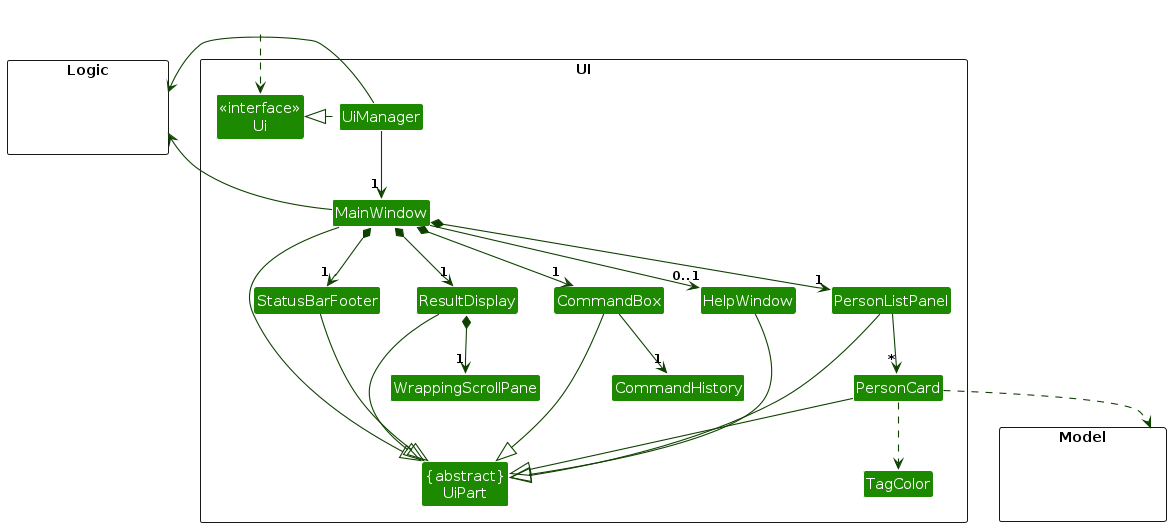
Earlier version of the PlantUML export diagrams/UiClassDiagram.png (AY2627S1-CS2103T-T08-4/tp). Its source is kept beside it as diagrams/UiClassDiagram.puml.
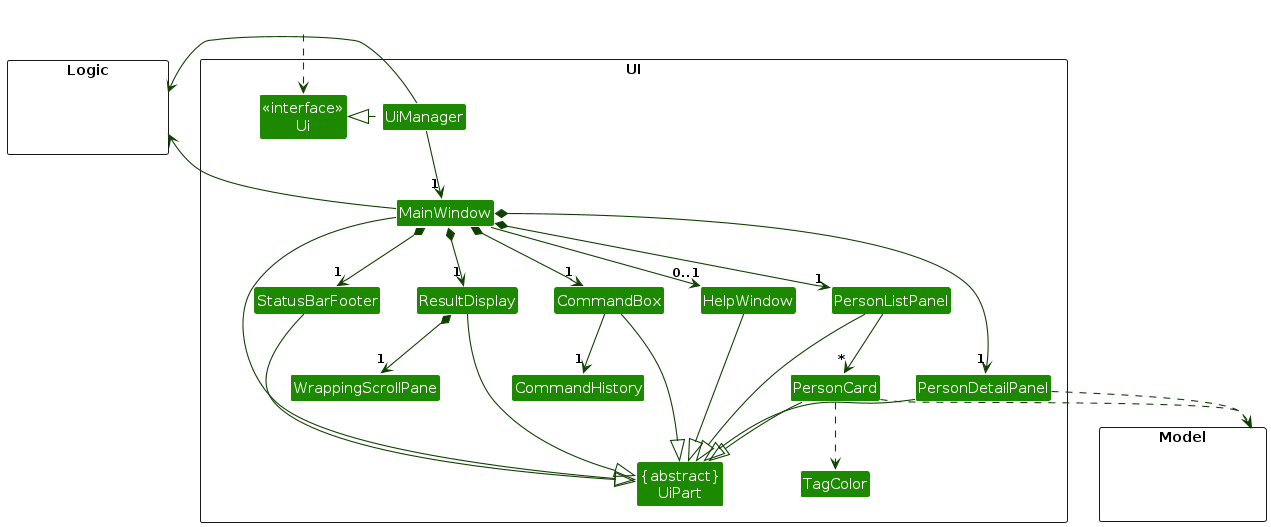
The same diagram one commit later.

What changed in the source:
```diff
@@ -14,6 +14,7 @@
 Class WrappingScrollPane
 Class PersonListPanel
 Class PersonCard
+Class PersonDetailPanel
 Class TagColor
 Class StatusBarFooter
 Class CommandBox
@@ -38,6 +39,7 @@
 MainWindow *-down-> "1" ResultDisplay
 ResultDisplay *-down-> "1" WrappingScrollPane
 MainWindow *-down-> "1" PersonListPanel
+MainWindow *-down-> "1" PersonDetailPanel
 MainWindow *-down-> "1" StatusBarFooter
 MainWindow --> "0..1" HelpWindow
 
@@ -50,10 +52,12 @@
 CommandBox --|> UiPart
 PersonListPanel --|> UiPart
 PersonCard --|> UiPart
+PersonDetailPanel --|> UiPart
 StatusBarFooter --|> UiPart
 HelpWindow --|> UiPart
 
 PersonCard ..> Model
+PersonDetailPanel ..> Model
 UiManager -right-> Logic
 MainWindow -left-> Logic
 
```
